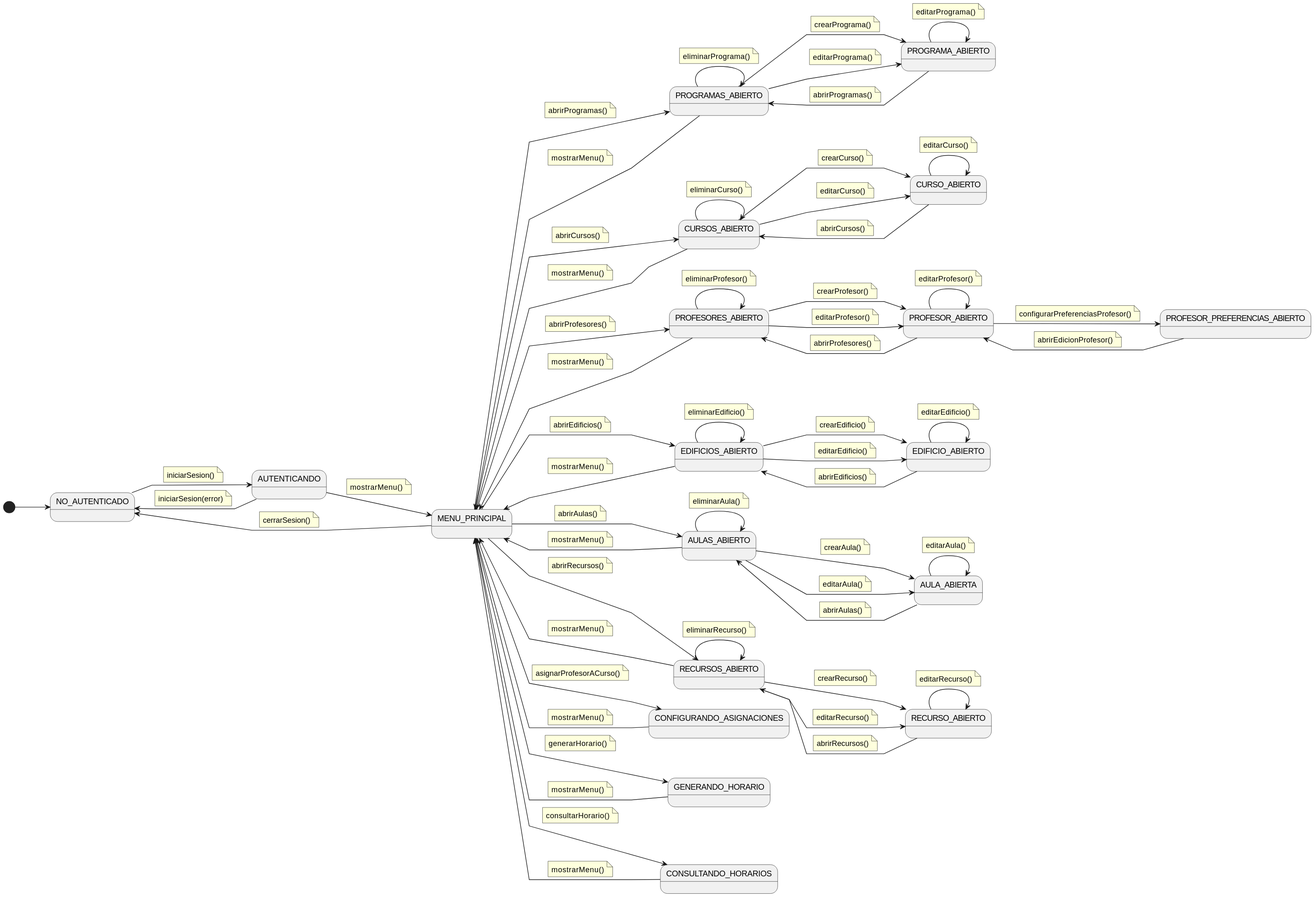
Before: images/RUP/00-casos-uso/01-actores-casos-uso/diagrama-contexto-administrador.svg, a diagram exported from PlantUML (Hexcss/scheduler). Its diagram source:
```plantuml
@startuml
left to right direction
skinparam linetype polyline

state "NO_AUTENTICADO" as NoAuth
state "AUTENTICANDO" as PreMenu
state "MENU_PRINCIPAL" as Menu

state "PROGRAMAS_ABIERTO" as ListProgramas
state "PROGRAMA_ABIERTO" as EditPrograma
state "CURSOS_ABIERTO" as ListCursos
state "CURSO_ABIERTO" as EditCurso
state "PROFESORES_ABIERTO" as ListProfesores
state "PROFESOR_ABIERTO" as EditProfesor
state "PROFESOR_PREFERENCIAS_ABIERTO" as EditProfesorPreferencias
state "EDIFICIOS_ABIERTO" as ListEdificios
state "EDIFICIO_ABIERTO" as EditEdificio
state "AULAS_ABIERTO" as ListAulas
state "AULA_ABIERTA" as EditAula
state "RECURSOS_ABIERTO" as ListRecursos
state "RECURSO_ABIERTO" as EditRecurso

state "CONFIGURANDO_ASIGNACIONES" as Asignaciones
state "GENERANDO_HORARIO" as Generacion
state "CONSULTANDO_HORARIOS" as Consulta

[*] --> NoAuth

PreMenu --> NoAuth
    note on link
        iniciarSesion(error)
    end note

NoAuth --> PreMenu
    note on link
        iniciarSesion()
    end note

PreMenu --> Menu
    note on link
        mostrarMenu()
    end note

Menu --> NoAuth
    note on link
        cerrarSesion()
    end note

Menu --> ListProgramas
    note on link
        abrirProgramas()
    end note

Menu --> ListCursos
    note on link
        abrirCursos()
    end note

Menu --> ListProfesores
    note on link
        abrirProfesores()
    end note

Menu --> ListEdificios
    note on link
        abrirEdificios()
    end note

Menu --> ListAulas
    note on link
        abrirAulas()
    end note

Menu --> ListRecursos
    note on link
        abrirRecursos()
    end note

Menu --> Asignaciones
    note on link
        asignarProfesorACurso()
    end note

Menu --> Generacion
    note on link
        generarHorario()
    end note

Menu --> Consulta
    note on link
        consultarHorario()
    end note

ListProgramas --> EditPrograma
    note on link
        crearPrograma()
    end note

ListProgramas --> EditPrograma
    note on link
        editarPrograma()
    end note

ListProgramas --> ListProgramas
    note on link
        eliminarPrograma()
    end note

EditPrograma --> EditPrograma
    note on link
        editarPrograma()
    end note

EditPrograma --> ListProgramas
    note on link
        abrirProgramas()
    end note

ListCursos --> EditCurso
    note on link
        crearCurso()
    end note

ListCursos --> EditCurso
    note on link
        editarCurso()
    end note

ListCursos --> ListCursos
    note on link
        eliminarCurso()
    end note

EditCurso --> EditCurso
    note on link
        editarCurso()
    end note

EditCurso --> ListCursos
    note on link
        abrirCursos()
    end note

ListProfesores --> EditProfesor
    note on link
        crearProfesor()
    end note

ListProfesores --> EditProfesor
    note on link
        editarProfesor()
    end note

ListProfesores --> ListProfesores
    note on link
        eliminarProfesor()
    end note

EditProfesor --> EditProfesor
    note on link
        editarProfesor()
    end note

EditProfesor --> EditProfesorPreferencias
    note on link
        configurarPreferenciasProfesor()
    end note

EditProfesorPreferencias --> EditProfesor
    note on link
        abrirEdicionProfesor()
    end note

EditProfesor --> ListProfesores
    note on link
        abrirProfesores()
    end note

ListEdificios --> EditEdificio
    note on link
        crearEdificio()
    end note

ListEdificios --> EditEdificio
    note on link
        editarEdificio()
    end note

ListEdificios --> ListEdificios
    note on link
        eliminarEdificio()
    end note

EditEdificio --> EditEdificio
    note on link
        editarEdificio()
    end note

EditEdificio --> ListEdificios
    note on link
        abrirEdificios()
    end note

ListAulas --> EditAula
    note on link
        crearAula()
    end note

ListAulas --> EditAula
    note on link
        editarAula()
    end note

ListAulas --> ListAulas
    note on link
        eliminarAula()
    end note

EditAula --> EditAula
    note on link
        editarAula()
    end note

EditAula --> ListAulas
    note on link
        abrirAulas()
    end note

ListRecursos --> EditRecurso
    note on link
        crearRecurso()
    end note

ListRecursos --> EditRecurso
    note on link
        editarRecurso()
    end note

ListRecursos --> ListRecursos
    note on link
        eliminarRecurso()
    end note

EditRecurso --> EditRecurso
    note on link
        editarRecurso()
    end note

EditRecurso --> ListRecursos
    note on link
        abrirRecursos()
    end note

ListProgramas --> Menu
    note on link
        mostrarMenu()
    end note

ListCursos --> Menu
    note on link
        mostrarMenu()
    end note

ListProfesores --> Menu
    note on link
        mostrarMenu()
    end note

ListEdificios --> Menu
    note on link
        mostrarMenu()
    end note

ListAulas --> Menu
    note on link
        mostrarMenu()
    end note

ListRecursos --> Menu
    note on link
        mostrarMenu()
    end note

Asignaciones --> Menu
    note on link
        mostrarMenu()
    end note

Generacion --> Menu
    note on link
        mostrarMenu()
    end note

Consulta --> Menu
    note on link
        mostrarMenu()
    end note
@enduml
```
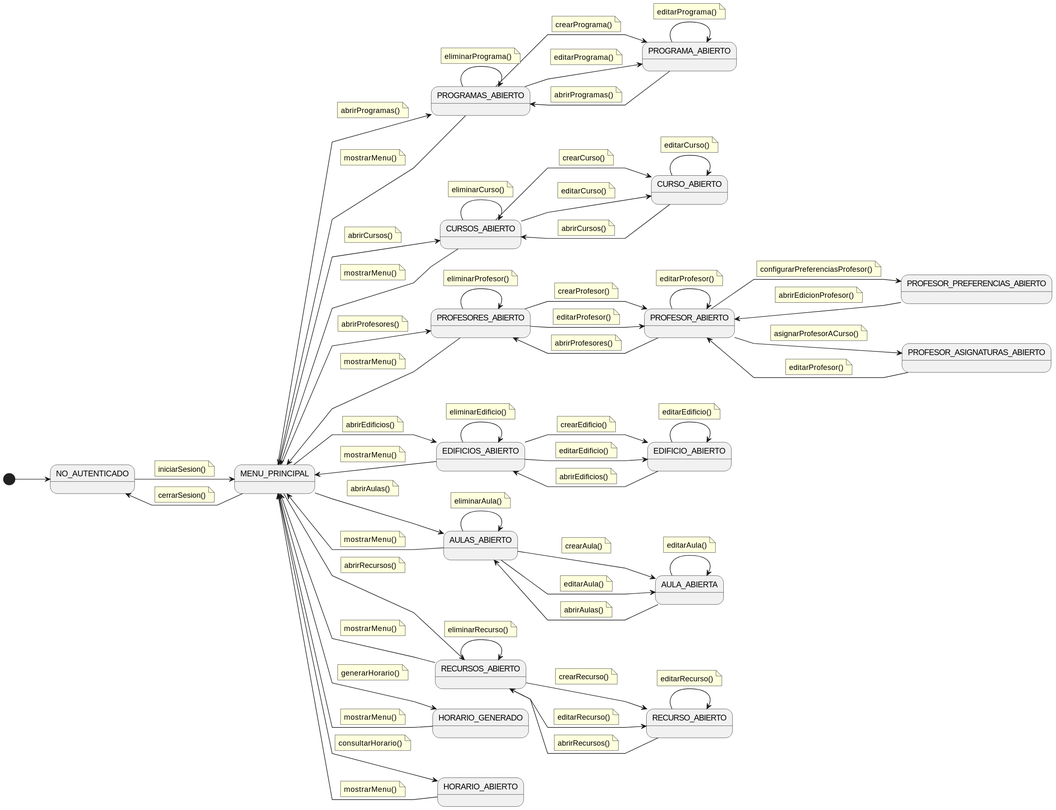
Later version of the same file.

Commit message:
refactor: navegación entre estados

Change to the diagram source:
```diff
@@ -3,7 +3,6 @@
 skinparam linetype polyline
 
 state "NO_AUTENTICADO" as NoAuth
-state "AUTENTICANDO" as PreMenu
 state "MENU_PRINCIPAL" as Menu
 
 state "PROGRAMAS_ABIERTO" as ListProgramas
@@ -20,25 +19,15 @@
 state "RECURSOS_ABIERTO" as ListRecursos
 state "RECURSO_ABIERTO" as EditRecurso
 
-state "CONFIGURANDO_ASIGNACIONES" as Asignaciones
-state "GENERANDO_HORARIO" as Generacion
-state "CONSULTANDO_HORARIOS" as Consulta
+state "PROFESOR_ASIGNATURAS_ABIERTO" as Asignaciones
+state "HORARIO_GENERADO" as Generacion
+state "HORARIO_ABIERTO" as Consulta
 
 [*] --> NoAuth
 
-PreMenu --> NoAuth
-    note on link
-        iniciarSesion(error)
-    end note
-
-NoAuth --> PreMenu
+NoAuth --> Menu
     note on link
         iniciarSesion()
-    end note
-
-PreMenu --> Menu
-    note on link
-        mostrarMenu()
     end note
 
 Menu --> NoAuth
@@ -76,9 +65,14 @@
         abrirRecursos()
     end note
 
-Menu --> Asignaciones
+EditProfesor --> Asignaciones
     note on link
         asignarProfesorACurso()
+    end note
+
+Asignaciones --> EditProfesor
+    note on link
+        editarProfesor()
     end note
 
 Menu --> Generacion
@@ -281,10 +275,7 @@
         mostrarMenu()
     end note
 
-Asignaciones --> Menu
-    note on link
-        mostrarMenu()
-    end note
+
 
 Generacion --> Menu
     note on link
```
